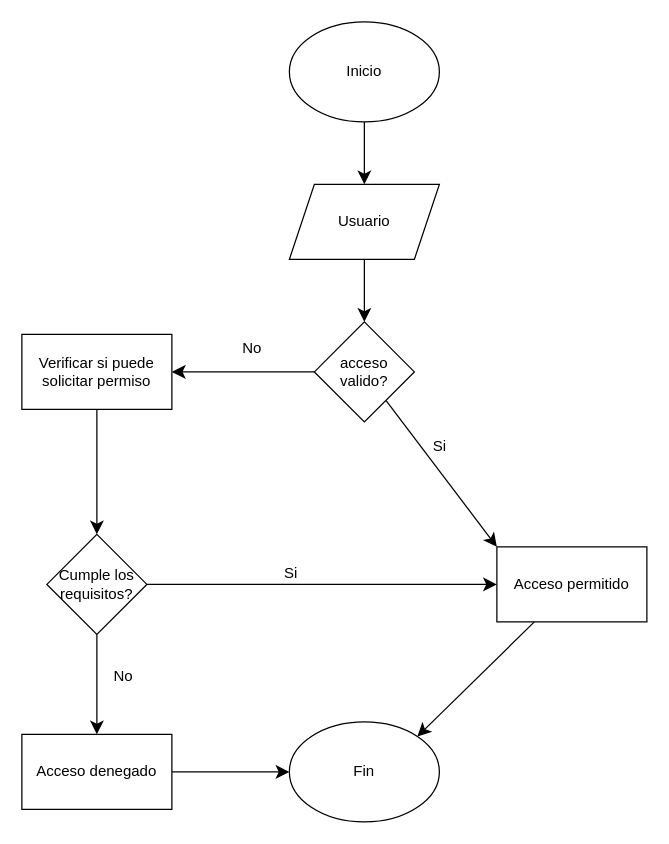
Before: page "Ejercicio 10" (10 of 10) of Diagrama sin título.drawio in DemoNxriN/ASIX1, a draw.io diagram. Source tidied: cells renumbered, new cells numbered last; positions are measured from the earlier drawing's top-left corner, leaving out a move shared by most shapes. Both pictures are drawn from the tidied source at 125%, with x=0, y=0 at pixel (21, 21).
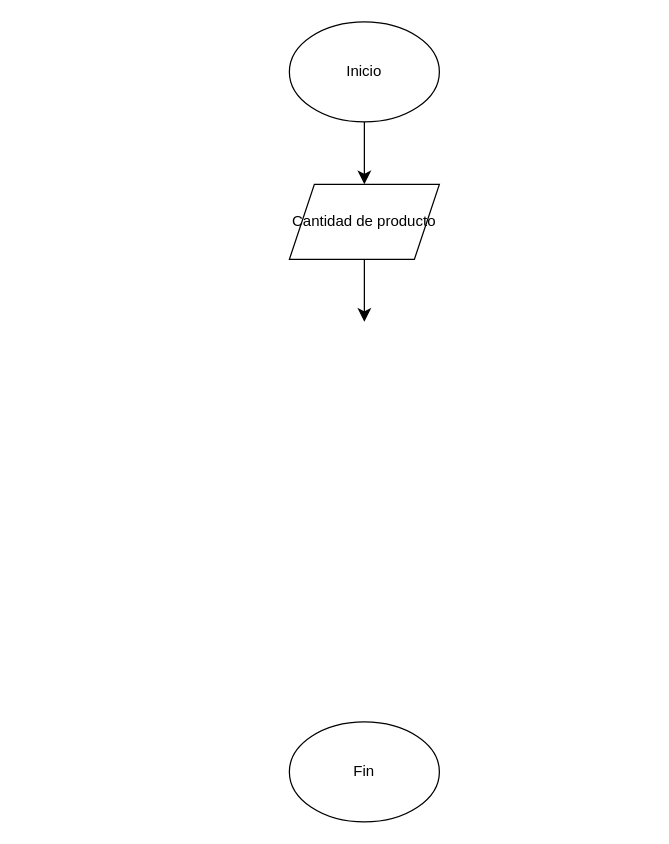
The same page after the edit.

The change refers to these unchanged cells:
```xml
<mxCell id="4" value="Fin" style="ellipse;whiteSpace=wrap;html=1;" parent="1" vertex="1">
  <mxGeometry x="214" y="560" width="120" height="80" as="geometry" />
</mxCell>
```

What changed in the source:
```diff
@@
-    <mxCell id="5" style="edgeStyle=none;curved=1;rounded=0;jettySize=auto;html=1;fontSize=12;startSize=8;endSize=8;" parent="1" edge="1" source="6" target="11">
-      <mxGeometry relative="1" as="geometry" />
+    <mxCell id="5" style="edgeStyle=none;curved=1;rounded=0;jettySize=auto;html=1;fontSize=12;startSize=8;endSize=8;" parent="1" edge="1" source="6">
+      <mxGeometry relative="1" as="geometry">
+        <mxPoint x="274" y="240" as="targetPoint" />
+      </mxGeometry>
     </mxCell>
-    <mxCell id="6" value="Usuario" style="shape=parallelogram;perimeter=parallelogramPerimeter;whiteSpace=wrap;html=1;fixedSize=1;" parent="1" vertex="1">
+    <mxCell id="6" value="Cantidad de producto" style="shape=parallelogram;perimeter=parallelogramPerimeter;whiteSpace=wrap;html=1;fixedSize=1;" parent="1" vertex="1">
       <mxGeometry x="214" y="130" width="120" height="60" as="geometry" />
     </mxCell>
-    <mxCell id="7" style="edgeStyle=none;curved=1;rounded=0;jettySize=auto;html=1;fontSize=12;startSize=8;endSize=8;entryX=0;entryY=0;entryDx=0;entryDy=0;" parent="1" edge="1" source="11" target="13">
-      <mxGeometry relative="1" as="geometry" />
-    </mxCell>
-    <mxCell id="8" value="Si" style="edgeLabel;html=1;align=center;verticalAlign=middle;fontSize=12;" parent="7" vertex="1">
-      <mxGeometry x="-0.02" y="-2" relative="1" as="geometry">
-        <mxPoint y="-22" as="offset" />
-      </mxGeometry>
-    </mxCell>
-    <mxCell id="9" style="edgeStyle=none;curved=1;rounded=0;jettySize=auto;html=1;fontSize=12;startSize=8;endSize=8;entryX=1;entryY=0.5;entryDx=0;entryDy=0;" parent="1" edge="1" source="11" target="15">
-      <mxGeometry relative="1" as="geometry" />
-    </mxCell>
-    <mxCell id="10" value="No" style="edgeLabel;html=1;align=center;verticalAlign=middle;fontSize=12;" parent="9" vertex="1">
-      <mxGeometry x="-0.17" y="2" relative="1" as="geometry">
-        <mxPoint x="-4" y="-22" as="offset" />
-      </mxGeometry>
-    </mxCell>
-    <mxCell id="11" value="acceso valido?" style="rhombus;whiteSpace=wrap;html=1;" parent="1" vertex="1">
-      <mxGeometry x="234" y="240" width="80" height="80" as="geometry" />
-    </mxCell>
-    <mxCell id="12" style="edgeStyle=none;curved=1;rounded=0;jettySize=auto;html=1;exitX=0.25;exitY=1;exitDx=0;exitDy=0;entryX=1;entryY=0;entryDx=0;entryDy=0;fontSize=12;startSize=8;endSize=8;" parent="1" edge="1" source="13" target="4">
-      <mxGeometry relative="1" as="geometry" />
-    </mxCell>
-    <mxCell id="13" value="Acceso permitido" style="rounded=0;whiteSpace=wrap;html=1;" parent="1" vertex="1">
-      <mxGeometry x="380" y="420" width="120" height="60" as="geometry" />
-    </mxCell>
-    <mxCell id="14" style="edgeStyle=none;curved=1;rounded=0;jettySize=auto;html=1;fontSize=12;startSize=8;endSize=8;" parent="1" edge="1" source="15" target="20">
-      <mxGeometry relative="1" as="geometry" />
-    </mxCell>
-    <mxCell id="15" value="Verificar si puede solicitar permiso" style="rounded=0;whiteSpace=wrap;html=1;" parent="1" vertex="1">
-      <mxGeometry y="250" width="120" height="60" as="geometry" />
-    </mxCell>
-    <mxCell id="16" style="edgeStyle=none;curved=1;rounded=0;jettySize=auto;html=1;exitX=1;exitY=0.5;exitDx=0;exitDy=0;entryX=0;entryY=0.5;entryDx=0;entryDy=0;fontSize=12;startSize=8;endSize=8;" parent="1" edge="1" source="20" target="13">
-      <mxGeometry relative="1" as="geometry" />
-    </mxCell>
-    <mxCell id="17" value="Si" style="edgeLabel;html=1;align=center;verticalAlign=middle;fontSize=12;" parent="16" vertex="1">
-      <mxGeometry x="-0.25" y="1" relative="1" as="geometry">
-        <mxPoint x="9" y="-9" as="offset" />
-      </mxGeometry>
-    </mxCell>
-    <mxCell id="18" style="edgeStyle=none;curved=1;rounded=0;jettySize=auto;html=1;fontSize=12;startSize=8;endSize=8;" parent="1" edge="1" source="20" target="22">
-      <mxGeometry relative="1" as="geometry" />
-    </mxCell>
-    <mxCell id="19" value="No" style="edgeLabel;html=1;align=center;verticalAlign=middle;fontSize=12;" parent="18" vertex="1">
-      <mxGeometry x="-0.17" relative="1" as="geometry">
-        <mxPoint x="20" as="offset" />
-      </mxGeometry>
-    </mxCell>
-    <mxCell id="20" value="Cumple los requisitos?" style="rhombus;whiteSpace=wrap;html=1;rounded=0;" parent="1" vertex="1">
-      <mxGeometry x="20" y="410" width="80" height="80" as="geometry" />
-    </mxCell>
-    <mxCell id="21" style="edgeStyle=none;curved=1;rounded=0;jettySize=auto;html=1;exitX=1;exitY=0.5;exitDx=0;exitDy=0;entryX=0;entryY=0.5;entryDx=0;entryDy=0;fontSize=12;startSize=8;endSize=8;" parent="1" edge="1" source="22" target="4">
-      <mxGeometry relative="1" as="geometry" />
-    </mxCell>
-    <mxCell id="22" value="Acceso denegado" style="whiteSpace=wrap;html=1;rounded=0;" parent="1" vertex="1">
-      <mxGeometry y="570" width="120" height="60" as="geometry" />
-    </mxCell>
```
